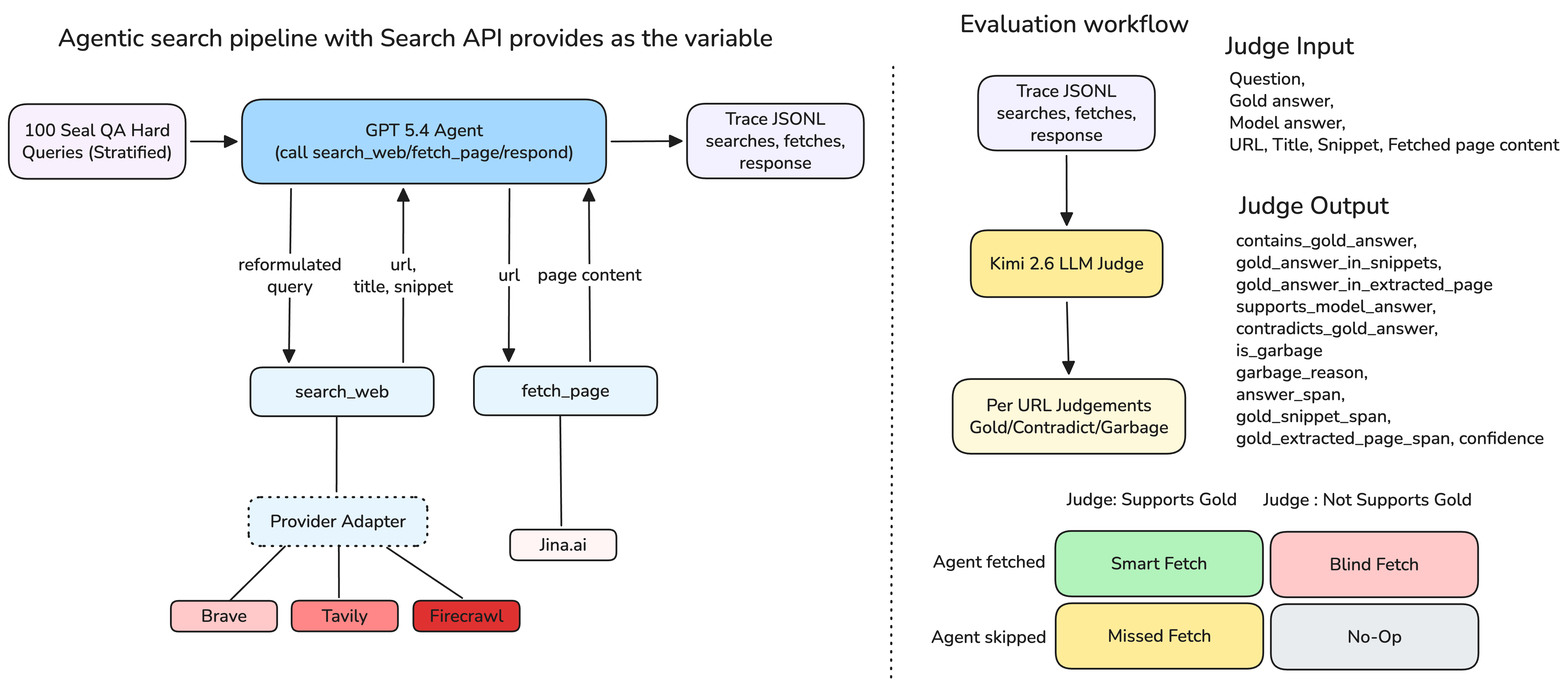
Earlier version of the Graphviz export paper/figures/fig1_architecture.png (selvamsriram/search-api-decision-surface). Its source is kept beside it as paper/figures/fig1_architecture.dot. The source it was exported from:
```dot
digraph G {
  graph [rankdir=TB, bgcolor="white", margin=0.03, pad=0.02, nodesep=0.30, ranksep=0.34, splines=ortho, fontname="Helvetica"];
  node [shape=box, style="rounded,filled", fontname="Helvetica", fontsize=13, penwidth=1.35, margin="0.12,0.07", color="#334155", fontcolor="#0F172A"];
  edge [fontname="Helvetica", fontsize=10, color="#64748B", arrowsize=0.7, penwidth=1.1, fontcolor="#475569"];

  q      [label=< <B>100 hard questions</B><BR/><FONT POINT-SIZE="10">SealQA-Hard stratified sample</FONT> >, fillcolor="#FFF7ED", color="#EA580C"];
  agent  [label=< <B>Frozen GPT-5.4 agent</B><BR/><FONT POINT-SIZE="10">same prompt, tools, budget</FONT> >, fillcolor="#EEF2FF", color="#4F46E5"];
  step   [label=< <B>Agent loop step</B><BR/><FONT POINT-SIZE="10">observe evidence, reason,<BR/>then choose next action</FONT> >, fillcolor="#FEF9C3", color="#CA8A04"];
  search [label=< <B>search_web</B><BR/><FONT POINT-SIZE="10">one or many calls</FONT> >, fillcolor="#E0F2FE", color="#0284C7"];
  prov   [label=< <B>Provider condition</B><BR/><FONT POINT-SIZE="10">Brave / Tavily / Firecrawl<BR/>only varied component</FONT> >, fillcolor="#F0FDFA", color="#0F766E"];
  surf   [label=< <B>Decision surface</B><BR/><FONT POINT-SIZE="10">document id, rank, title, URL,<BR/>snippet surface, metadata<BR/><I>no page text unless fetched</I></FONT> >, fillcolor="#DCFCE7", color="#16A34A"];
  fetch  [label=< <B>fetch_page</B><BR/><FONT POINT-SIZE="10">selected document IDs<BR/>shared Jina Reader backend</FONT> >, fillcolor="#FAE8FF", color="#9333EA"];
  obs    [label=< <B>Tool observations</B><BR/><FONT POINT-SIZE="10">search results or page evidence<BR/>returned to the agent</FONT> >, fillcolor="#F8FAFC", color="#475569"];
  ans    [label=< <B>Final answer</B><BR/><FONT POINT-SIZE="10">short answer or abstention</FONT> >, fillcolor="#E2E8F0", color="#475569"];
  trace  [label=< <B>Trajectory JSONL</B><BR/><FONT POINT-SIZE="10">all searches, visible URLs,<BR/>fetches, tokens, final + gold answer</FONT> >, fillcolor="#F8FAFC", color="#475569"];
  records [label=< <B>Judge records</B><BR/><FONT POINT-SIZE="10">snippet-only for every visible URL<BR/>page-visible for fetched URLs</FONT> >, fillcolor="#FFE4E6", color="#E11D48"];
  kimi    [label=< <B>Kimi-K2.6 judge</B><BR/><FONT POINT-SIZE="10">gold support, contradiction,<BR/>model-answer support, spans,<BR/>garbage, confidence</FONT> >, fillcolor="#FDF2F8", color="#BE185D"];
  metrics [label=< <B>Decision-surface metrics</B><BR/><FONT POINT-SIZE="10">visible support, SMART/MISSED/<BR/>BLIND/NO-OP, blind fetch,<BR/>contradict:gold, semantic-correct</FONT> >, fillcolor="#FFFBEB", color="#D97706"];

  q -> agent -> step;
  step -> search [color="#0284C7"];
  search -> prov -> surf -> obs;
  step -> fetch [color="#7C3AED"];
  fetch -> obs;
  obs -> step [color="#CA8A04", penwidth=1.5, constraint=false];
  step -> ans [color="#475569"];
  ans -> trace -> records -> kimi -> metrics;

  {rank=same; search; fetch;}
  subgraph cluster_exec {
    label="Execution lane: agent loop repeats until final answer; only search provider changes";
    color="#CBD5E1"; style="rounded"; penwidth=1.0; fontsize=15; fontname="Helvetica";
    q; agent; step; search; prov; surf; fetch; obs; ans; trace;
  }
  subgraph cluster_oracle {
    label="Oracle lane: replay visible evidence one URL at a time";
    color="#CBD5E1"; style="rounded"; penwidth=1.0; fontsize=15; fontname="Helvetica";
    records; kimi; metrics;
  }
}
```
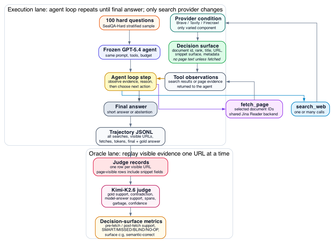
After the commit.

What changed in the source:
```diff
@@ -13,9 +13,9 @@
   obs    [label=< <B>Tool observations</B><BR/><FONT POINT-SIZE="10">search results or page evidence<BR/>returned to the agent</FONT> >, fillcolor="#F8FAFC", color="#475569"];
   ans    [label=< <B>Final answer</B><BR/><FONT POINT-SIZE="10">short answer or abstention</FONT> >, fillcolor="#E2E8F0", color="#475569"];
   trace  [label=< <B>Trajectory JSONL</B><BR/><FONT POINT-SIZE="10">all searches, visible URLs,<BR/>fetches, tokens, final + gold answer</FONT> >, fillcolor="#F8FAFC", color="#475569"];
-  records [label=< <B>Judge records</B><BR/><FONT POINT-SIZE="10">snippet-only for every visible URL<BR/>page-visible for fetched URLs</FONT> >, fillcolor="#FFE4E6", color="#E11D48"];
+  records [label=< <B>Judge records</B><BR/><FONT POINT-SIZE="10">one row per visible URL<BR/>page-visible rows include snippet fields</FONT> >, fillcolor="#FFE4E6", color="#E11D48"];
   kimi    [label=< <B>Kimi-K2.6 judge</B><BR/><FONT POINT-SIZE="10">gold support, contradiction,<BR/>model-answer support, spans,<BR/>garbage, confidence</FONT> >, fillcolor="#FDF2F8", color="#BE185D"];
-  metrics [label=< <B>Decision-surface metrics</B><BR/><FONT POINT-SIZE="10">visible support, SMART/MISSED/<BR/>BLIND/NO-OP, blind fetch,<BR/>contradict:gold, semantic-correct</FONT> >, fillcolor="#FFFBEB", color="#D97706"];
+  metrics [label=< <B>Decision-surface metrics</B><BR/><FONT POINT-SIZE="10">pre-fetch / post-fetch support,<BR/>SMART/MISSED/BLIND/NO-OP,<BR/>surface c:g, semantic-correct</FONT> >, fillcolor="#FFFBEB", color="#D97706"];
 
   q -> agent -> step;
   step -> search [color="#0284C7"];
```
